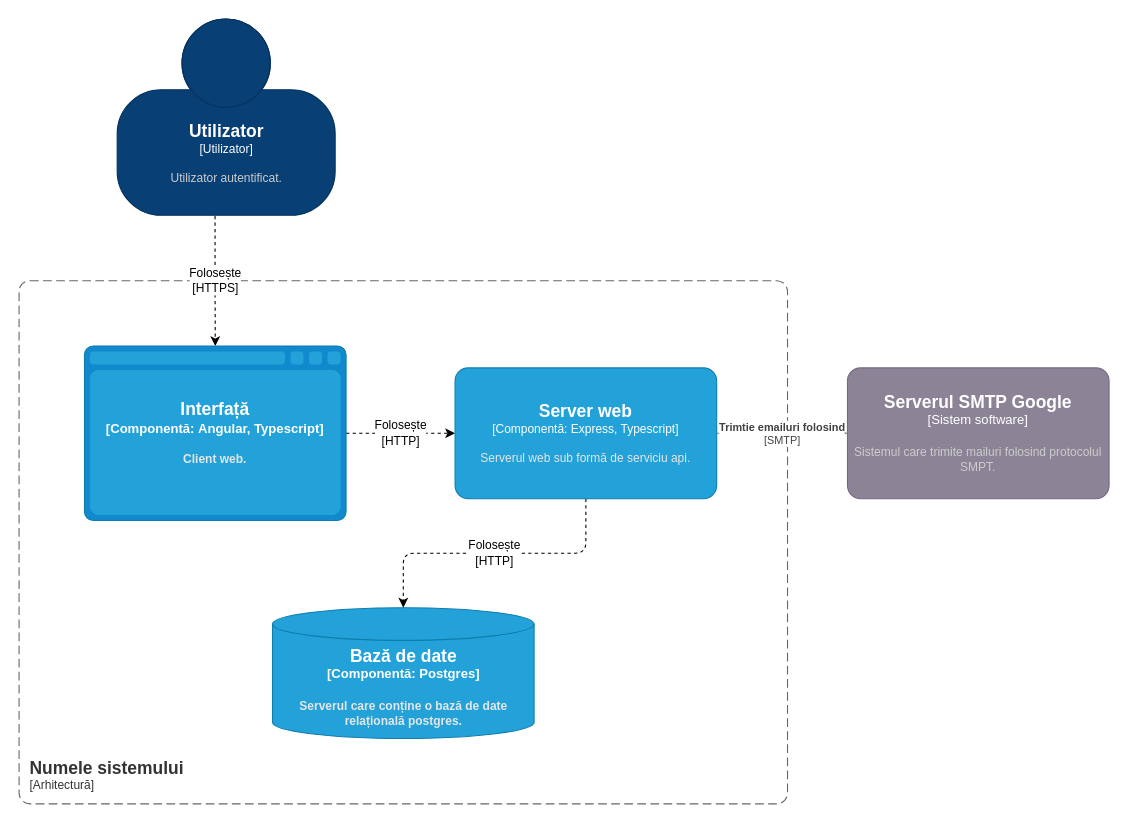
Before: page "app level 2" (2 of 4) of files/diagrams.drawio in valentin-stamate/dashboard-activitatie-academica, a draw.io diagram. Source tidied: cells renumbered, new cells numbered last; positions are measured from the earlier drawing's top-left corner, leaving out a move shared by most shapes. Both pictures are drawn from the tidied source at 109%, with x=0, y=0 at pixel (19, 19).
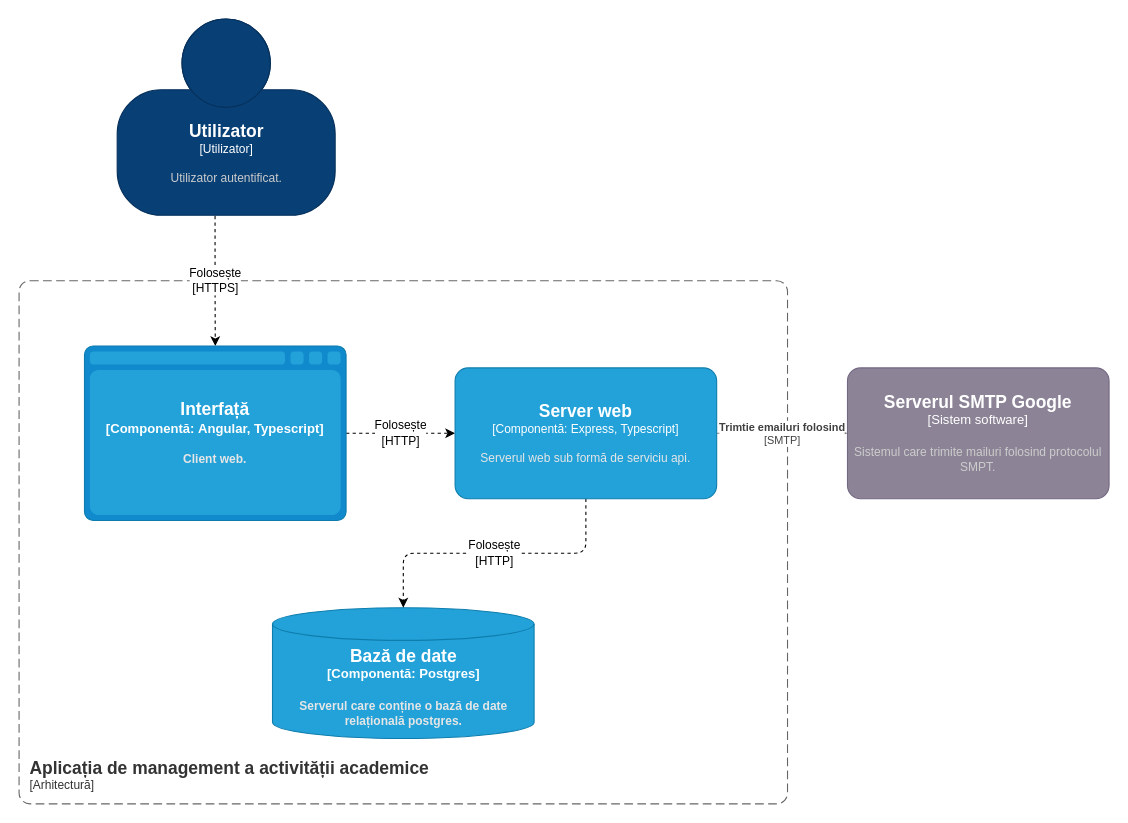
Above is the later version.

Diff of the diagram source:
```diff
@@
 <mxGraphModel>
   <root>
     <mxCell id="0" />
     <mxCell id="1" parent="0" />
-    <object id="2" label="&lt;font style=&quot;font-size: 16px&quot;&gt;&lt;b&gt;&lt;div style=&quot;text-align: left&quot;&gt;%c4Name%&lt;/div&gt;&lt;/b&gt;&lt;/font&gt;&lt;div style=&quot;text-align: left&quot;&gt;[%c4Application%]&lt;/div&gt;" c4Application="Arhitectură" c4Name="Numele sistemului" placeholders="1">
+    <object id="2" label="&lt;font style=&quot;font-size: 16px&quot;&gt;&lt;b&gt;&lt;div style=&quot;text-align: left&quot;&gt;%c4Name%&lt;/div&gt;&lt;/b&gt;&lt;/font&gt;&lt;div style=&quot;text-align: left&quot;&gt;[%c4Application%]&lt;/div&gt;" c4Application="Arhitectură" c4Name="Aplicația de management a activității academice" placeholders="1">
       <mxCell style="rounded=1;fontSize=11;whiteSpace=wrap;html=1;dashed=1;arcSize=20;fillColor=none;strokeColor=#666666;fontColor=#333333;labelBackgroundColor=none;align=left;verticalAlign=bottom;labelBorderColor=none;spacingTop=0;spacing=10;dashPattern=8 4;perimeter=rectanglePerimeter;noLabel=0;labelPadding=0;absoluteArcSize=1;" parent="1" vertex="1">
         <mxGeometry y="240" width="705" height="480" as="geometry" />
       </mxCell>
     </object>
     <mxCell id="3" value="Folosește&lt;br&gt;[HTTPS]" style="edgeStyle=orthogonalEdgeStyle;rounded=1;jettySize=auto;html=1;dashed=1;entryX=0.5;entryY=0;entryDx=0;entryDy=0;entryPerimeter=0;exitX=0.449;exitY=1.003;exitDx=0;exitDy=0;exitPerimeter=0;" parent="1" edge="1" source="11" target="6">
       <mxGeometry relative="1" as="geometry" />
     </mxCell>
     <object id="4" label="&lt;div style=&quot;text-align: left&quot;&gt;&lt;div style=&quot;text-align: center&quot;&gt;&lt;b&gt;%c4Description%&lt;/b&gt;&lt;/div&gt;&lt;div style=&quot;text-align: center&quot;&gt;[%c4Technology%]&lt;/div&gt;&lt;/div&gt;" c4Description="Trimtie emailuri folosind" c4Technology="SMTP" placeholders="1">
       <mxCell style="endArrow=blockThin;html=1;fontSize=10;fontColor=#404040;strokeWidth=1;endFill=1;strokeColor=#828282;elbow=vertical;endSize=14;startSize=14;jumpStyle=arc;jumpSize=16;rounded=0;edgeStyle=orthogonalEdgeStyle;dashed=1;entryX=0;entryY=0.5;entryDx=0;entryDy=0;entryPerimeter=0;exitX=1;exitY=0.5;exitDx=0;exitDy=0;exitPerimeter=0;" parent="1" edge="1" source="9" target="10">
         <mxGeometry relative="1" as="geometry" />
       </mxCell>
     </object>
     <mxCell id="5" value="Folosește&lt;br&gt;[HTTP]" style="edgeStyle=orthogonalEdgeStyle;rounded=1;jettySize=auto;html=1;entryX=0;entryY=0.5;entryDx=0;entryDy=0;entryPerimeter=0;dashed=1;" parent="1" edge="1" source="6" target="9">
       <mxGeometry relative="1" as="geometry" />
     </mxCell>
     <object id="6" label="&lt;font style=&quot;font-size: 16px&quot;&gt;&lt;b&gt;%c4Type%&lt;/font&gt;&lt;div&gt;[%c4Container%:&amp;nbsp;%c4Technology%]&lt;/div&gt;&lt;br&gt;&lt;div&gt;&lt;font style=&quot;font-size: 11px&quot;&gt;&lt;font color=&quot;#E6E6E6&quot;&gt;%c4Description%&lt;/font&gt;&lt;/div&gt;" c4Container="Componentă" c4Description="Client web." c4Technology="Angular, Typescript" c4Type="Interfață" placeholders="1">
       <mxCell style="shape=mxgraph.c4.webBrowserContainer;whiteSpace=wrap;html=1;boundedLbl=1;rounded=0;labelBackgroundColor=none;fillColor=#118ACD;fontSize=12;fontColor=#ffffff;align=center;strokeColor=#0E7DAD;points=[[0.5,0,0],[1,0.25,0],[1,0.5,0],[1,0.75,0],[0.5,1,0],[0,0.75,0],[0,0.5,0],[0,0.25,0]];" parent="1" vertex="1">
         <mxGeometry x="60" y="300" width="240" height="160" as="geometry" />
       </mxCell>
     </object>
     <object id="7" label="&lt;font style=&quot;font-size: 16px&quot;&gt;&lt;b&gt;%c4Type%&lt;/font&gt;&lt;div&gt;[%c4Container%:&amp;nbsp;%c4Technology%]&lt;/div&gt;&lt;br&gt;&lt;div&gt;&lt;font style=&quot;font-size: 11px&quot;&gt;&lt;font color=&quot;#E6E6E6&quot;&gt;%c4Description%&lt;/font&gt;&lt;/div&gt;" c4Container="Componentă" c4Description="Serverul care conține o bază de date relațională postgres." c4Technology="Postgres" c4Type="Bază de date" placeholders="1">
       <mxCell style="shape=cylinder3;size=15;whiteSpace=wrap;html=1;boundedLbl=1;rounded=0;labelBackgroundColor=none;fillColor=#23A2D9;fontSize=12;fontColor=#ffffff;align=center;strokeColor=#0E7DAD;points=[[0.5,0,0],[1,0.25,0],[1,0.5,0],[1,0.75,0],[0.5,1,0],[0,0.75,0],[0,0.5,0],[0,0.25,0]];" parent="1" vertex="1">
         <mxGeometry x="232.5" y="540" width="240" height="120" as="geometry" />
       </mxCell>
     </object>
     <mxCell id="8" value="Folosește&lt;br&gt;[HTTP]" style="edgeStyle=orthogonalEdgeStyle;rounded=1;jettySize=auto;html=1;entryX=0.5;entryY=0;entryDx=0;entryDy=0;entryPerimeter=0;dashed=1;" parent="1" edge="1" source="9" target="7">
       <mxGeometry relative="1" as="geometry" />
     </mxCell>
     <object id="9" label="&lt;font style=&quot;font-size: 16px&quot;&gt;&lt;b&gt;%c4Name%&lt;/b&gt;&lt;/font&gt;&lt;div&gt;[%c4Type%: %c4Technology%]&lt;/div&gt;&lt;br&gt;&lt;div&gt;&lt;font style=&quot;font-size: 11px&quot;&gt;&lt;font color=&quot;#E6E6E6&quot;&gt;%c4Description%&lt;/font&gt;&lt;/div&gt;" c4Description="Serverul web sub formă de serviciu api." c4Name="Server web" c4Technology="Express, Typescript" c4Type="Componentă" placeholders="1">
       <mxCell style="rounded=1;whiteSpace=wrap;html=1;fontSize=11;labelBackgroundColor=none;fillColor=#23A2D9;fontColor=#ffffff;align=center;arcSize=10;strokeColor=#0E7DAD;points=[[0.25,0,0],[0.5,0,0],[0.75,0,0],[1,0.25,0],[1,0.5,0],[1,0.75,0],[0.75,1,0],[0.5,1,0],[0.25,1,0],[0,0.75,0],[0,0.5,0],[0,0.25,0]];" parent="1" vertex="1">
         <mxGeometry x="400" y="320" width="240" height="120" as="geometry" />
       </mxCell>
     </object>
     <object id="10" label="&lt;font style=&quot;font-size: 16px&quot;&gt;&lt;b&gt;%c4Name%&lt;/b&gt;&lt;/font&gt;&lt;div&gt;[%c4Type%]&lt;/div&gt;&lt;br&gt;&lt;div&gt;&lt;font style=&quot;font-size: 11px&quot;&gt;&lt;font color=&quot;#cccccc&quot;&gt;%c4Description%&lt;/font&gt;&lt;/div&gt;" c4Description="Sistemul care trimite mailuri folosind protocolul SMPT." c4Name="Serverul SMTP Google" c4Type="Sistem software" placeholders="1">
       <mxCell style="rounded=1;whiteSpace=wrap;html=1;labelBackgroundColor=none;fillColor=#8C8496;fontColor=#ffffff;align=center;arcSize=10;strokeColor=#736782;points=[[0.25,0,0],[0.5,0,0],[0.75,0,0],[1,0.25,0],[1,0.5,0],[1,0.75,0],[0.75,1,0],[0.5,1,0],[0.25,1,0],[0,0.75,0],[0,0.5,0],[0,0.25,0]];" parent="1" vertex="1">
         <mxGeometry x="760" y="320" width="240" height="120" as="geometry" />
       </mxCell>
     </object>
     <object id="11" label="&lt;font style=&quot;font-size: 16px&quot;&gt;&lt;b&gt;%c4Name%&lt;/b&gt;&lt;/font&gt;&lt;div&gt;[%c4Type%]&lt;/div&gt;&lt;br&gt;&lt;div&gt;&lt;font style=&quot;font-size: 11px&quot;&gt;&lt;font color=&quot;#cccccc&quot;&gt;%c4Description%&lt;/font&gt;&lt;/div&gt;" c4Description="Utilizator autentificat." c4Name="Utilizator" c4Type="Utilizator" placeholders="1">
       <mxCell style="html=1;fontSize=11;dashed=0;whitespace=wrap;fillColor=#083F75;strokeColor=#06315C;fontColor=#ffffff;shape=mxgraph.c4.person2;align=center;points=[[0.5,0,0],[1,0.5,0],[1,0.75,0],[0.75,1,0],[0.5,1,0],[0.25,1,0],[0,0.75,0],[0,0.5,0]];" parent="1" vertex="1">
         <mxGeometry x="90" width="200" height="180" as="geometry" />
       </mxCell>
     </object>
   </root>
 </mxGraphModel>
```
